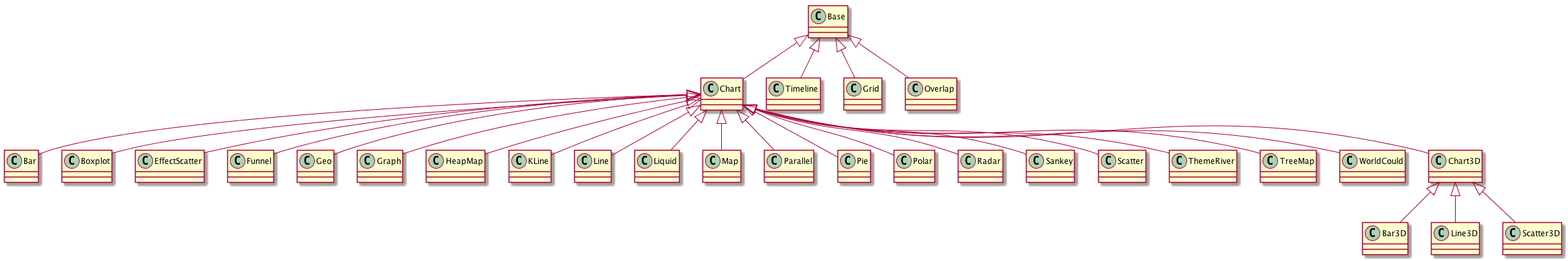
The PlantUML diagram images/class-relationship-diagram.png in pyecharts/pyecharts, before a commit.
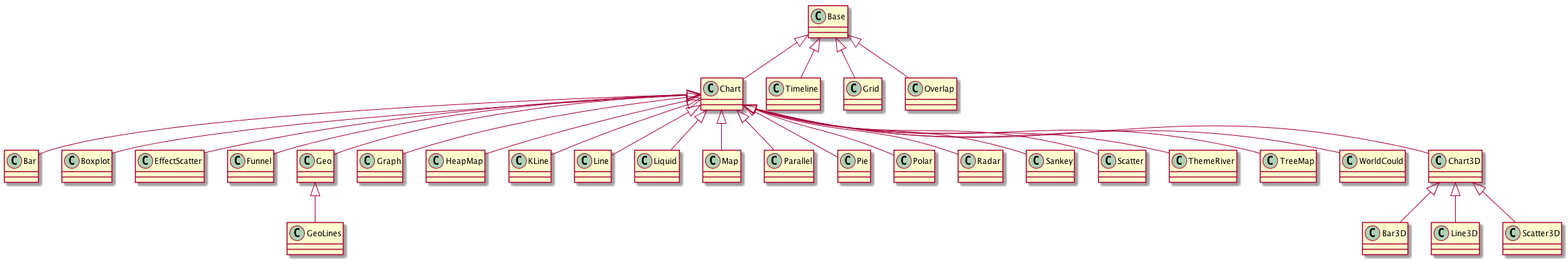
Above is the later version.

Commit message:
:hammer: code refactor geolines

Change to the diagram source:
```diff
@@ -29,4 +29,6 @@
 Chart3D <|-- Line3D
 Chart3D <|-- Scatter3D
 
+Geo <|-- GeoLines
+
 @enduml
```
